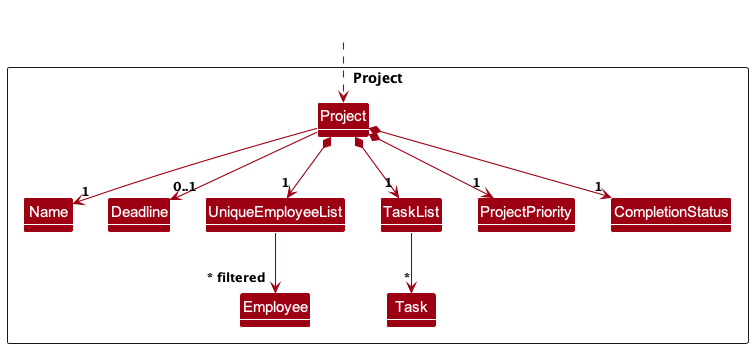
Above: docs/images/ProjectClassDiagram.png in rayyan35p/tp (PlantUML), before the change.
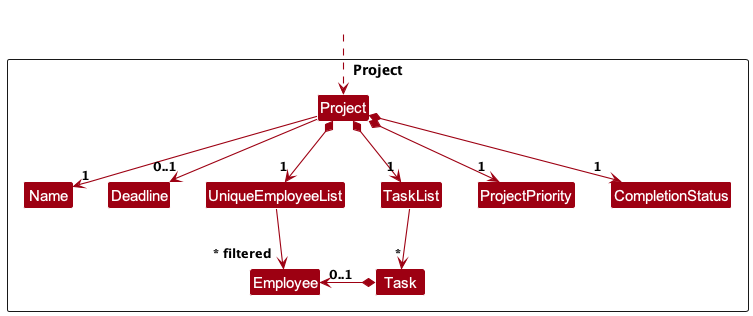
Above is the later version.

Diff of the diagram source:
```diff
@@ -28,7 +28,10 @@
 Project *-down-> "1" ProjectPriority
 Project *-down-> "1" CompletionStatus
 
+Task *-left-> "0..1" Employee
+
 UniqueEmployeeList --> "~* filtered" Employee
 TaskList --> "*" Task
 
+hide class fields
 @enduml
```
